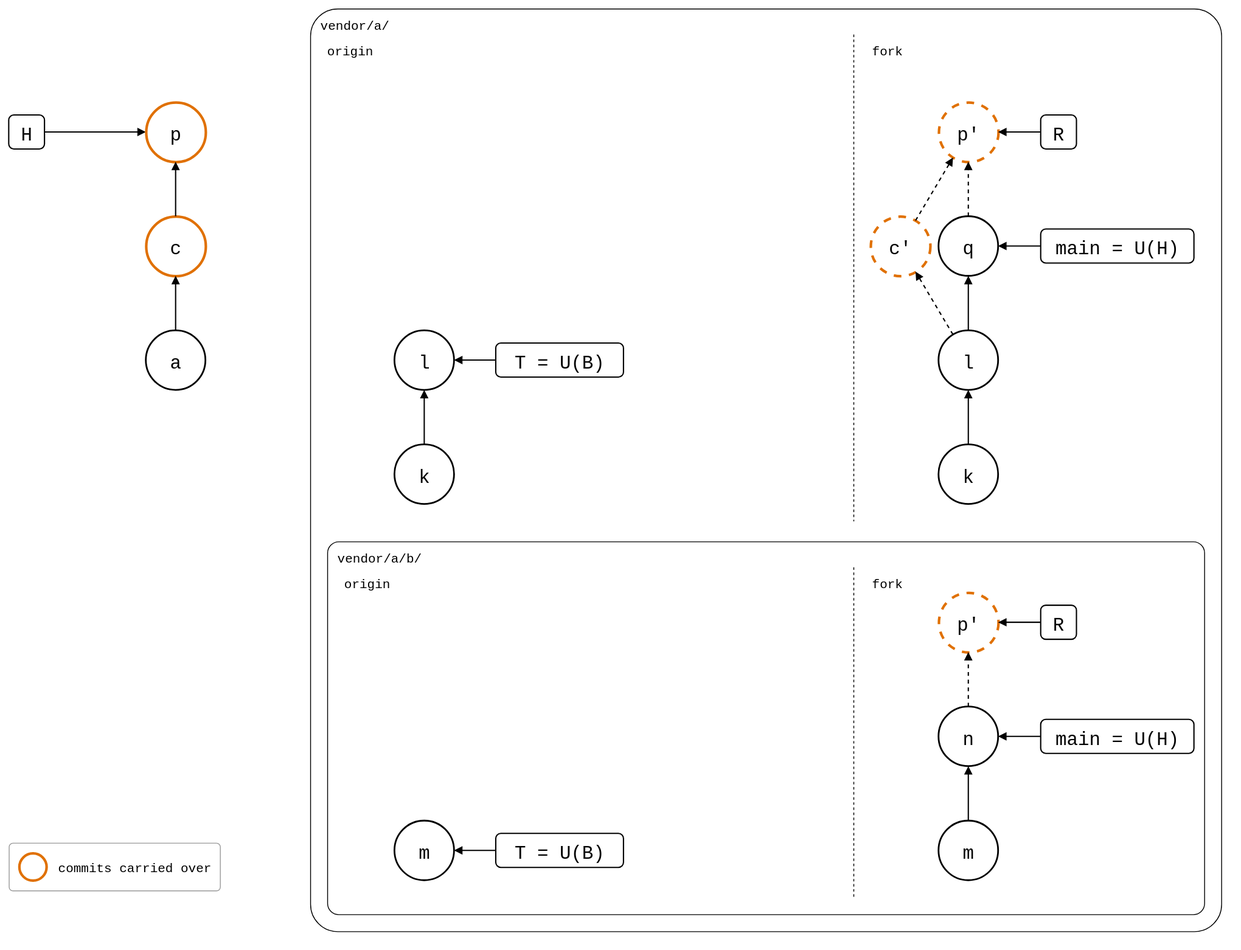
The draw.io diagram docs/09-scenarios/05-nested-splices/01-nested-splices/01-outer-fork/same-name-below-pulled.drawio.svg in roschaefer/git-splice, before a commit. Source tidied: cells renumbered, new cells last; positions are measured from the earlier drawing's top-left corner, leaving out a move shared by most shapes.
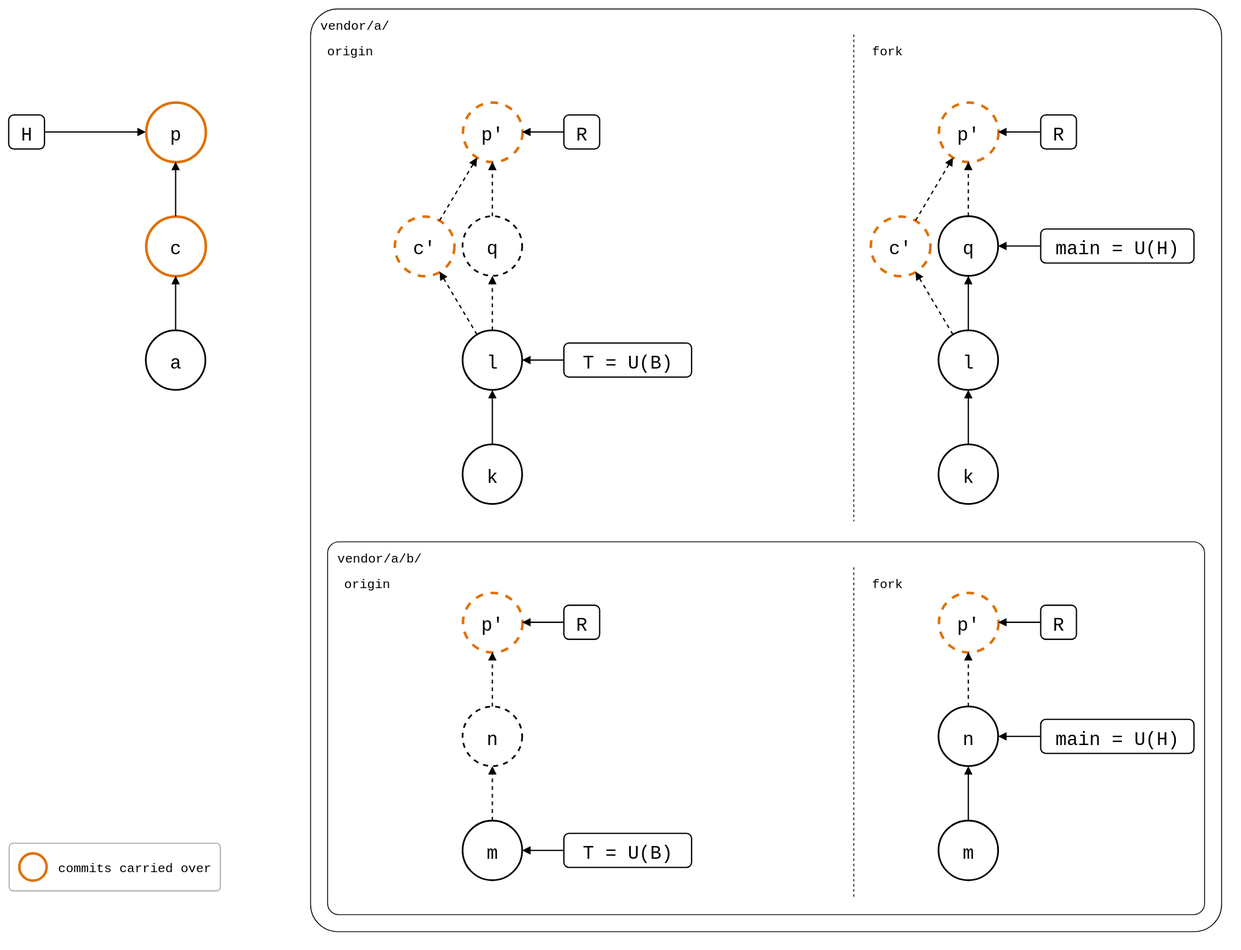
Later version of the same file.

Commit message:
test(scenarios): draw R on both sides of the lanes after the fork pull

R goes to every upstream, but the drawing only showed it on the fork
side, so "ahead 3 vendor/a -> origin/main" had nothing to point at. Drawn
dashed on the origin side too, with the fork's q and n dashed there,
each side's dashed commits are what status counts as ahead of it.

The edit, as a diff of the source:
```diff
@@ -33,10 +33,10 @@
       <mxGeometry x="161" y="378" width="70" height="70" as="geometry" />
     </mxCell>
     <mxCell id="12" value="l" style="ellipse;strokeWidth=2;fontSize=22;fontFamily=Roboto Mono,monospace;" parent="1" vertex="1">
-      <mxGeometry x="453" y="378" width="70" height="70" as="geometry" />
+      <mxGeometry x="533" y="378" width="70" height="70" as="geometry" />
     </mxCell>
     <mxCell id="13" value="k" style="ellipse;strokeWidth=2;fontSize=22;fontFamily=Roboto Mono,monospace;" parent="1" vertex="1">
-      <mxGeometry x="453" y="512" width="70" height="70" as="geometry" />
+      <mxGeometry x="533" y="512" width="70" height="70" as="geometry" />
     </mxCell>
     <mxCell id="14" value="q" style="ellipse;strokeWidth=2;fontSize=22;fontFamily=Roboto Mono,monospace;" parent="1" vertex="1">
       <mxGeometry x="1092" y="244" width="70" height="70" as="geometry" />
@@ -48,7 +48,7 @@
       <mxGeometry x="1092" y="512" width="70" height="70" as="geometry" />
     </mxCell>
     <mxCell id="17" value="m" style="ellipse;strokeWidth=2;fontSize=22;fontFamily=Roboto Mono,monospace;" parent="1" vertex="1">
-      <mxGeometry x="453" y="954" width="70" height="70" as="geometry" />
+      <mxGeometry x="533" y="954" width="70" height="70" as="geometry" />
     </mxCell>
     <mxCell id="18" value="n" style="ellipse;strokeWidth=2;fontSize=22;fontFamily=Roboto Mono,monospace;" parent="1" vertex="1">
       <mxGeometry x="1092" y="820" width="70" height="70" as="geometry" />
@@ -60,13 +60,13 @@
       <mxGeometry y="125" width="42" height="40" as="geometry" />
     </mxCell>
     <mxCell id="21" value="T = U(B)" style="rounded=1;strokeWidth=1.5;fontSize=22;fontFamily=Roboto Mono,monospace;" parent="1" vertex="1">
-      <mxGeometry x="572" y="393" width="150" height="40" as="geometry" />
+      <mxGeometry x="652" y="393" width="150" height="40" as="geometry" />
     </mxCell>
     <mxCell id="22" value="main = U(H)" style="rounded=1;strokeWidth=1.5;fontSize=22;fontFamily=Roboto Mono,monospace;" parent="1" vertex="1">
       <mxGeometry x="1212" y="259" width="180" height="40" as="geometry" />
     </mxCell>
     <mxCell id="23" value="T = U(B)" style="rounded=1;strokeWidth=1.5;fontSize=22;fontFamily=Roboto Mono,monospace;" parent="1" vertex="1">
-      <mxGeometry x="572" y="969" width="150" height="40" as="geometry" />
+      <mxGeometry x="652" y="969" width="150" height="40" as="geometry" />
     </mxCell>
     <mxCell id="24" value="main = U(H)" style="rounded=1;strokeWidth=1.5;fontSize=22;fontFamily=Roboto Mono,monospace;" parent="1" vertex="1">
       <mxGeometry x="1212" y="835" width="180" height="40" as="geometry" />
@@ -140,6 +140,51 @@
     <mxCell id="47" style="endArrow=block;endFill=1;html=1;strokeWidth=1.5;rounded=0;" parent="1" edge="1" source="46" target="44">
       <mxGeometry relative="1" as="geometry" />
     </mxCell>
+    <mxCell id="51" value="q" style="ellipse;strokeWidth=2;fontSize=22;fontFamily=Roboto Mono,monospace;dashed=1;" parent="1" vertex="1">
+      <mxGeometry x="533" y="244" width="70" height="70" as="geometry" />
+    </mxCell>
+    <mxCell id="52" value="c'" style="ellipse;fontSize=22;fontFamily=Roboto Mono,monospace;strokeColor=#E07000;strokeWidth=3;dashed=1;" parent="1" vertex="1">
+      <mxGeometry x="453" y="244" width="70" height="70" as="geometry" />
+    </mxCell>
+    <mxCell id="53" value="p'" style="ellipse;fontSize=22;fontFamily=Roboto Mono,monospace;strokeColor=#E07000;strokeWidth=3;dashed=1;" parent="1" vertex="1">
+      <mxGeometry x="533" y="110" width="70" height="70" as="geometry" />
+    </mxCell>
+    <mxCell id="54" value="R" style="rounded=1;strokeWidth=1.5;fontSize=22;fontFamily=Roboto Mono,monospace;" parent="1" vertex="1">
+      <mxGeometry x="652" y="125" width="42" height="40" as="geometry" />
+    </mxCell>
+    <mxCell id="55" style="endArrow=block;endFill=1;html=1;strokeWidth=1.5;rounded=0;dashed=1;" parent="1" edge="1" source="12" target="51">
+      <mxGeometry relative="1" as="geometry" />
+    </mxCell>
+    <mxCell id="56" style="endArrow=block;endFill=1;html=1;strokeWidth=1.5;rounded=0;dashed=1;" parent="1" edge="1" source="12" target="52">
+      <mxGeometry relative="1" as="geometry" />
+    </mxCell>
+    <mxCell id="57" style="endArrow=block;endFill=1;html=1;strokeWidth=1.5;rounded=0;dashed=1;" parent="1" edge="1" source="52" target="53">
+      <mxGeometry relative="1" as="geometry" />
+    </mxCell>
+    <mxCell id="58" style="endArrow=block;endFill=1;html=1;strokeWidth=1.5;rounded=0;dashed=1;" parent="1" edge="1" source="51" target="53">
+      <mxGeometry relative="1" as="geometry" />
+    </mxCell>
+    <mxCell id="59" style="endArrow=block;endFill=1;html=1;strokeWidth=1.5;rounded=0;" parent="1" edge="1" source="54" target="53">
+      <mxGeometry relative="1" as="geometry" />
+    </mxCell>
+    <mxCell id="60" value="n" style="ellipse;strokeWidth=2;fontSize=22;fontFamily=Roboto Mono,monospace;dashed=1;" parent="1" vertex="1">
+      <mxGeometry x="533" y="820" width="70" height="70" as="geometry" />
+    </mxCell>
+    <mxCell id="61" value="p'" style="ellipse;fontSize=22;fontFamily=Roboto Mono,monospace;strokeColor=#E07000;strokeWidth=3;dashed=1;" parent="1" vertex="1">
+      <mxGeometry x="533" y="686" width="70" height="70" as="geometry" />
+    </mxCell>
+    <mxCell id="62" value="R" style="rounded=1;strokeWidth=1.5;fontSize=22;fontFamily=Roboto Mono,monospace;" parent="1" vertex="1">
+      <mxGeometry x="652" y="701" width="42" height="40" as="geometry" />
+    </mxCell>
+    <mxCell id="63" style="endArrow=block;endFill=1;html=1;strokeWidth=1.5;rounded=0;dashed=1;" parent="1" edge="1" source="17" target="60">
+      <mxGeometry relative="1" as="geometry" />
+    </mxCell>
+    <mxCell id="64" style="endArrow=block;endFill=1;html=1;strokeWidth=1.5;rounded=0;dashed=1;" parent="1" edge="1" source="60" target="61">
+      <mxGeometry relative="1" as="geometry" />
+    </mxCell>
+    <mxCell id="65" style="endArrow=block;endFill=1;html=1;strokeWidth=1.5;rounded=0;" parent="1" edge="1" source="62" target="61">
+      <mxGeometry relative="1" as="geometry" />
+    </mxCell>
     <mxCell id="48" style="rounded=1;arcSize=8;fillColor=none;strokeColor=#999999;strokeWidth=1;legend=1;" parent="1" vertex="1">
       <mxGeometry y="980" width="248" height="56" as="geometry" />
     </mxCell>
```
